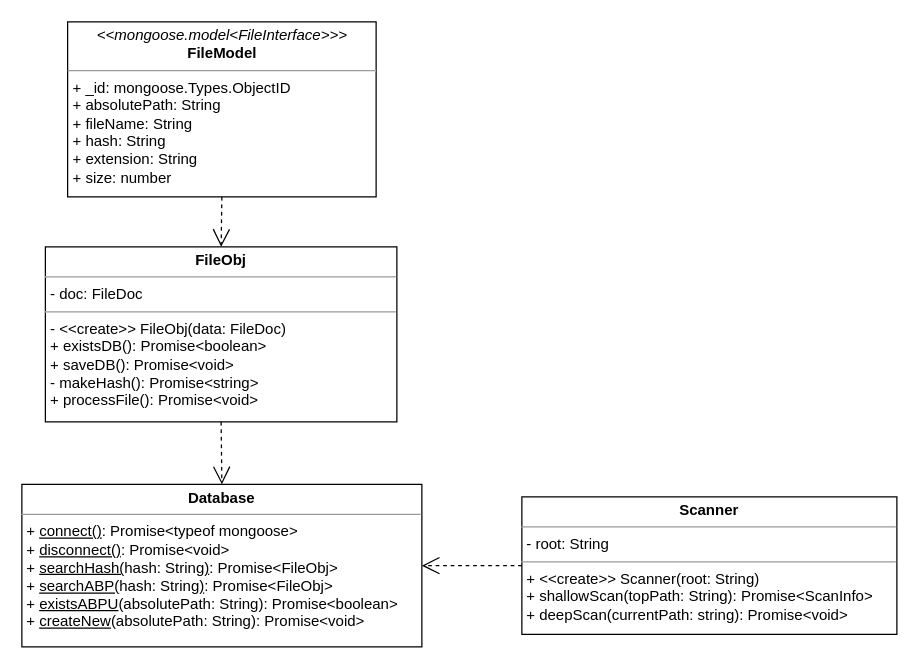
jm0ran/bfs-core keeps this draw.io diagram as page "Model" (1 of 2) of bfs-core.drawio. Above is the earlier version. Source tidied: cells renumbered, new cells numbered last; positions are measured from the earlier drawing's top-left corner, leaving out a move shared by most shapes. Both pictures are drawn from the tidied source at 125%, with x=0, y=0 at pixel (21, 21).
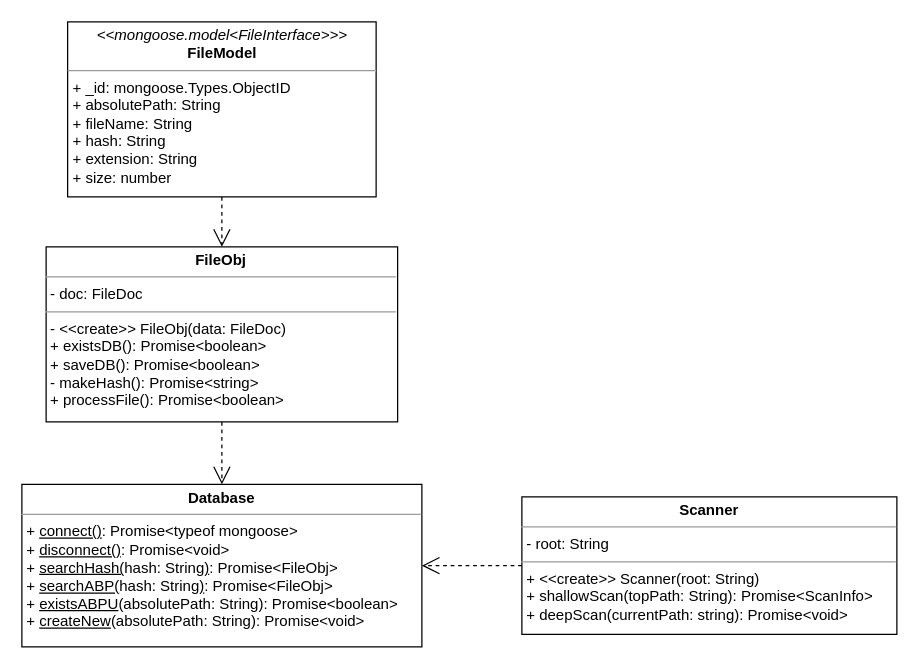
Above is the later version.

Commit message:
UML Diagram updates

The edit, as a diff of the source:
```diff
@@
 <mxGraphModel>
   <root>
     <mxCell id="0" />
     <mxCell id="1" parent="0" />
-    <mxCell id="2" value="&lt;p style=&quot;margin: 0px ; margin-top: 4px ; text-align: center&quot;&gt;&lt;b&gt;FileObj&lt;/b&gt;&lt;/p&gt;&lt;hr size=&quot;1&quot;&gt;&lt;p style=&quot;margin: 0px ; margin-left: 4px&quot;&gt;- doc: FileDoc&lt;/p&gt;&lt;hr size=&quot;1&quot;&gt;&lt;p style=&quot;margin: 0px ; margin-left: 4px&quot;&gt;- &amp;lt;&amp;lt;create&amp;gt;&amp;gt; FileObj(data: FileDoc)&lt;/p&gt;&lt;p style=&quot;margin: 0px ; margin-left: 4px&quot;&gt;+ existsDB(): Promise&amp;lt;boolean&amp;gt;&lt;/p&gt;&lt;p style=&quot;margin: 0px ; margin-left: 4px&quot;&gt;+ saveDB(): Promise&amp;lt;void&amp;gt;&lt;/p&gt;&lt;p style=&quot;margin: 0px 0px 0px 4px&quot;&gt;- makeHash(): Promise&amp;lt;string&amp;gt;&lt;/p&gt;&lt;p style=&quot;margin: 0px 0px 0px 4px&quot;&gt;+ processFile(): Promise&amp;lt;void&amp;gt;&lt;/p&gt;&lt;p style=&quot;margin: 0px 0px 0px 4px&quot;&gt;&lt;br&gt;&lt;/p&gt;&lt;div&gt;&lt;br&gt;&lt;/div&gt;&lt;p style=&quot;margin: 0px ; margin-left: 4px&quot;&gt;&lt;br&gt;&lt;/p&gt;" style="verticalAlign=top;align=left;overflow=fill;fontSize=12;fontFamily=Helvetica;html=1;" parent="1" vertex="1">
-      <mxGeometry x="18.8" y="180" width="281.2" height="140" as="geometry" />
+    <mxCell id="2" value="&lt;p style=&quot;margin: 0px ; margin-top: 4px ; text-align: center&quot;&gt;&lt;b&gt;FileObj&lt;/b&gt;&lt;/p&gt;&lt;hr size=&quot;1&quot;&gt;&lt;p style=&quot;margin: 0px ; margin-left: 4px&quot;&gt;- doc: FileDoc&lt;/p&gt;&lt;hr size=&quot;1&quot;&gt;&lt;p style=&quot;margin: 0px ; margin-left: 4px&quot;&gt;- &amp;lt;&amp;lt;create&amp;gt;&amp;gt; FileObj(data: FileDoc)&lt;/p&gt;&lt;p style=&quot;margin: 0px ; margin-left: 4px&quot;&gt;+ existsDB(): Promise&amp;lt;boolean&amp;gt;&lt;/p&gt;&lt;p style=&quot;margin: 0px ; margin-left: 4px&quot;&gt;+ saveDB(): Promise&amp;lt;boolean&amp;gt;&lt;/p&gt;&lt;p style=&quot;margin: 0px 0px 0px 4px&quot;&gt;- makeHash(): Promise&amp;lt;string&amp;gt;&lt;/p&gt;&lt;p style=&quot;margin: 0px 0px 0px 4px&quot;&gt;+ processFile(): Promise&amp;lt;boolean&amp;gt;&lt;/p&gt;&lt;p style=&quot;margin: 0px 0px 0px 4px&quot;&gt;&lt;br&gt;&lt;/p&gt;&lt;div&gt;&lt;br&gt;&lt;/div&gt;&lt;p style=&quot;margin: 0px ; margin-left: 4px&quot;&gt;&lt;br&gt;&lt;/p&gt;" style="verticalAlign=top;align=left;overflow=fill;fontSize=12;fontFamily=Helvetica;html=1;" parent="1" vertex="1">
+      <mxGeometry x="19.4" y="180" width="281.2" height="140" as="geometry" />
     </mxCell>
     <mxCell id="3" value="&lt;p style=&quot;margin: 0px ; margin-top: 4px ; text-align: center&quot;&gt;&lt;i&gt;&amp;lt;&amp;lt;mongoose.model&amp;lt;FileInterface&amp;gt;&amp;gt;&amp;gt;&lt;/i&gt;&lt;br&gt;&lt;b&gt;FileModel&lt;/b&gt;&lt;/p&gt;&lt;hr size=&quot;1&quot;&gt;&lt;p style=&quot;margin: 0px ; margin-left: 4px&quot;&gt;+ _id: mongoose.Types.ObjectID&lt;/p&gt;&lt;p style=&quot;margin: 0px ; margin-left: 4px&quot;&gt;+ absolutePath: String&lt;/p&gt;&lt;p style=&quot;margin: 0px ; margin-left: 4px&quot;&gt;+ fileName: String&lt;br&gt;+ hash: String&lt;/p&gt;&lt;p style=&quot;margin: 0px ; margin-left: 4px&quot;&gt;+ extension: String&lt;/p&gt;&lt;p style=&quot;margin: 0px ; margin-left: 4px&quot;&gt;+ size: number&lt;/p&gt;" style="verticalAlign=top;align=left;overflow=fill;fontSize=12;fontFamily=Helvetica;html=1;" parent="1" vertex="1">
       <mxGeometry x="36.6" width="246.8" height="140" as="geometry" />
     </mxCell>
     <mxCell id="4" style="endArrow=open;endFill=1;endSize=12;html=1;rounded=0;exitX=0.5;exitY=1;exitDx=0;exitDy=0;entryX=0.5;entryY=0;entryDx=0;entryDy=0;dashed=1;" parent="1" edge="1" source="3" target="2">
       <mxGeometry relative="1" as="geometry" />
     </mxCell>
     <mxCell id="5" value="&lt;p style=&quot;margin: 0px ; margin-top: 4px ; text-align: center&quot;&gt;&lt;b&gt;Database&lt;/b&gt;&lt;/p&gt;&lt;hr size=&quot;1&quot;&gt;&lt;p style=&quot;margin: 0px ; margin-left: 4px&quot;&gt;&lt;span&gt;+ &lt;u&gt;connect()&lt;/u&gt;: Promise&amp;lt;typeof mongoose&amp;gt;&lt;/span&gt;&lt;br&gt;&lt;/p&gt;&lt;p style=&quot;margin: 0px ; margin-left: 4px&quot;&gt;+ &lt;u&gt;disconnect()&lt;/u&gt;: Promise&amp;lt;void&amp;gt;&lt;/p&gt;&lt;p style=&quot;margin: 0px ; margin-left: 4px&quot;&gt;+ &lt;u&gt;searchHash(&lt;/u&gt;hash: String&lt;u&gt;)&lt;/u&gt;: Promise&amp;lt;FileObj&amp;gt;&lt;/p&gt;&lt;p style=&quot;margin: 0px ; margin-left: 4px&quot;&gt;+&amp;nbsp;&lt;u&gt;searchABP(&lt;/u&gt;hash: String&lt;u&gt;)&lt;/u&gt;: Promise&amp;lt;FileObj&amp;gt;&lt;br&gt;&lt;/p&gt;&lt;p style=&quot;margin: 0px ; margin-left: 4px&quot;&gt;+ &lt;u&gt;existsABPU&lt;/u&gt;(absolutePath: String): Promise&amp;lt;boolean&amp;gt;&lt;/p&gt;&lt;p style=&quot;margin: 0px ; margin-left: 4px&quot;&gt;+ &lt;u&gt;createNew&lt;/u&gt;(absolutePath: String): Promise&amp;lt;void&amp;gt;&lt;/p&gt;" style="verticalAlign=top;align=left;overflow=fill;fontSize=12;fontFamily=Helvetica;html=1;" parent="1" vertex="1">
       <mxGeometry y="370" width="320" height="130" as="geometry" />
     </mxCell>
     <mxCell id="6" style="endArrow=open;endFill=1;endSize=12;html=1;rounded=0;exitX=0.5;exitY=1;exitDx=0;exitDy=0;entryX=0.5;entryY=0;entryDx=0;entryDy=0;dashed=1;" parent="1" edge="1" source="2" target="5">
       <mxGeometry relative="1" as="geometry" />
     </mxCell>
     <mxCell id="7" value="&lt;p style=&quot;margin: 0px ; margin-top: 4px ; text-align: center&quot;&gt;&lt;b&gt;Scanner&lt;/b&gt;&lt;/p&gt;&lt;hr size=&quot;1&quot;&gt;&lt;p style=&quot;margin: 0px ; margin-left: 4px&quot;&gt;- root: String&lt;br&gt;&lt;/p&gt;&lt;hr size=&quot;1&quot;&gt;&lt;p style=&quot;margin: 0px ; margin-left: 4px&quot;&gt;+ &amp;lt;&amp;lt;create&amp;gt;&amp;gt; Scanner(root: String)&lt;br&gt;+ shallowScan(topPath: String): Promise&amp;lt;ScanInfo&amp;gt;&lt;/p&gt;&lt;p style=&quot;margin: 0px ; margin-left: 4px&quot;&gt;+ deepScan(currentPath: string): Promise&amp;lt;void&amp;gt;&lt;/p&gt;" style="verticalAlign=top;align=left;overflow=fill;fontSize=12;fontFamily=Helvetica;html=1;" parent="1" vertex="1">
       <mxGeometry x="400" y="380" width="300" height="110" as="geometry" />
     </mxCell>
     <mxCell id="8" style="endArrow=open;endSize=12;dashed=1;html=1;rounded=0;exitX=0;exitY=0.5;exitDx=0;exitDy=0;entryX=1;entryY=0.5;entryDx=0;entryDy=0;" parent="1" edge="1" source="7" target="5">
       <mxGeometry relative="1" as="geometry" />
     </mxCell>
   </root>
 </mxGraphModel>
```
